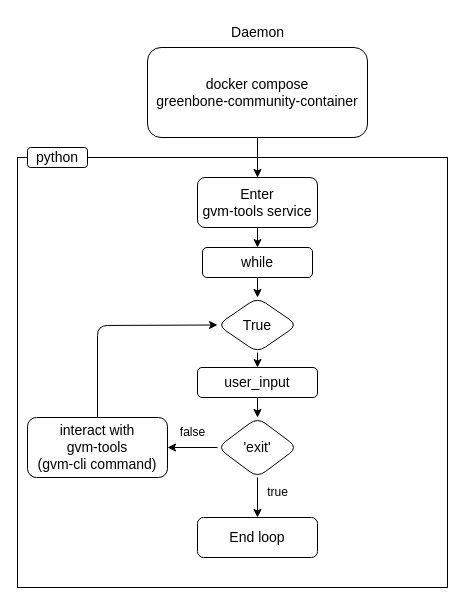
The draw.io diagram architecture.drawio in hsuantishih/scanning-platform, before the edit. Source tidied: cells renumbered, new cells numbered last; positions are measured from the earlier drawing's top-left corner, leaving out a move shared by most shapes. Both pictures are drawn from the tidied source at 100%, with x=0, y=0 at pixel (17, 17).
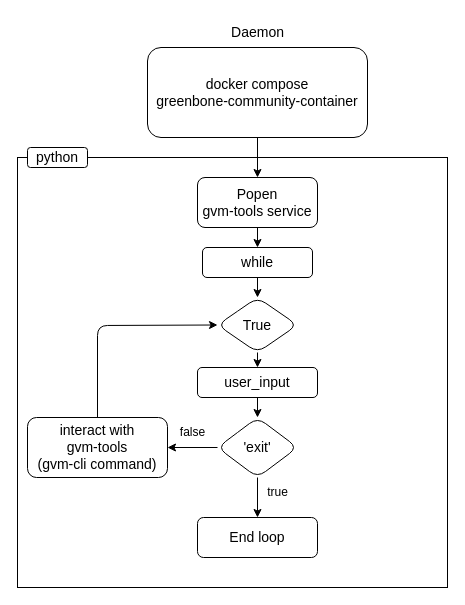
The same page after the edit.

Diff of the diagram source:
```diff
@@
-    <mxCell id="7" value="Enter &lt;br&gt;gvm-tools service" style="rounded=1;whiteSpace=wrap;html=1;fontSize=14;" parent="1" vertex="1">
+    <mxCell id="7" value="Popen&lt;br&gt;gvm-tools service" style="rounded=1;whiteSpace=wrap;html=1;fontSize=14;" parent="1" vertex="1">
       <mxGeometry x="180" y="160" width="120" height="50" as="geometry" />
     </mxCell>
```
